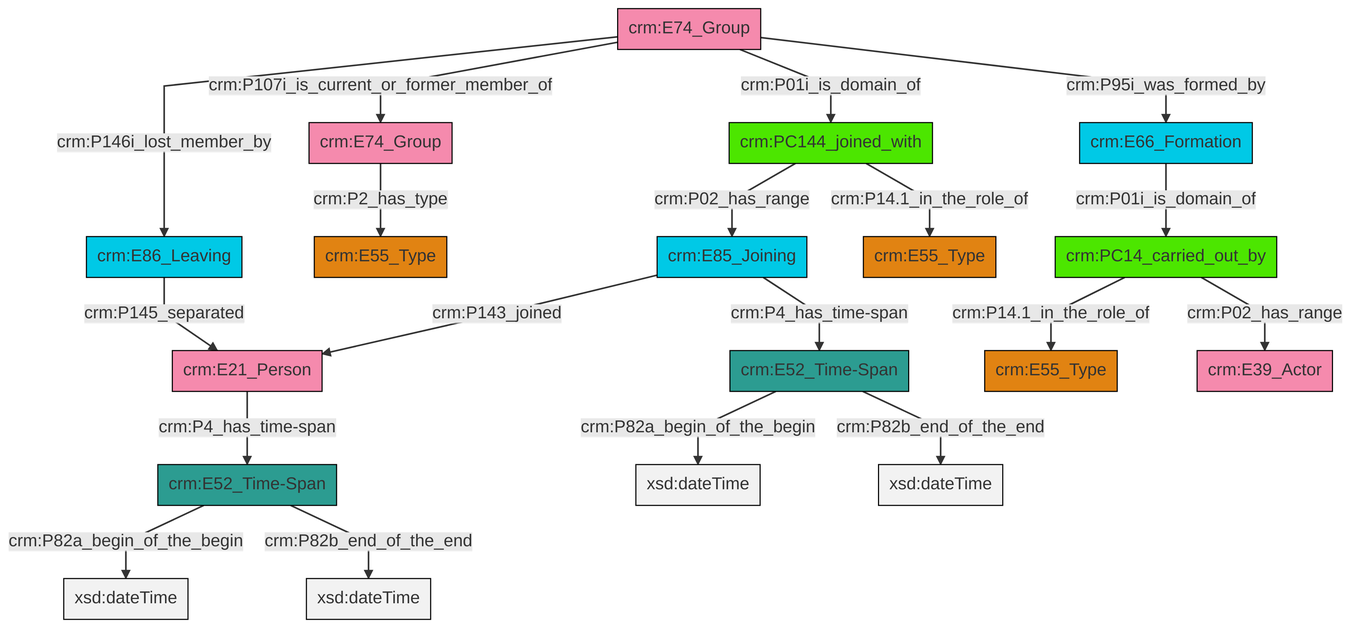
swiss-art-research-net/docs.swissartresearch keeps this Mermaid diagram as et/groupCSV/ttl/mmd/png/group_actor_relations.png. Above is the earlier version. Its source is kept beside it as et/groupCSV/ttl/mmd/group_actor_relations.ttl.mmd.
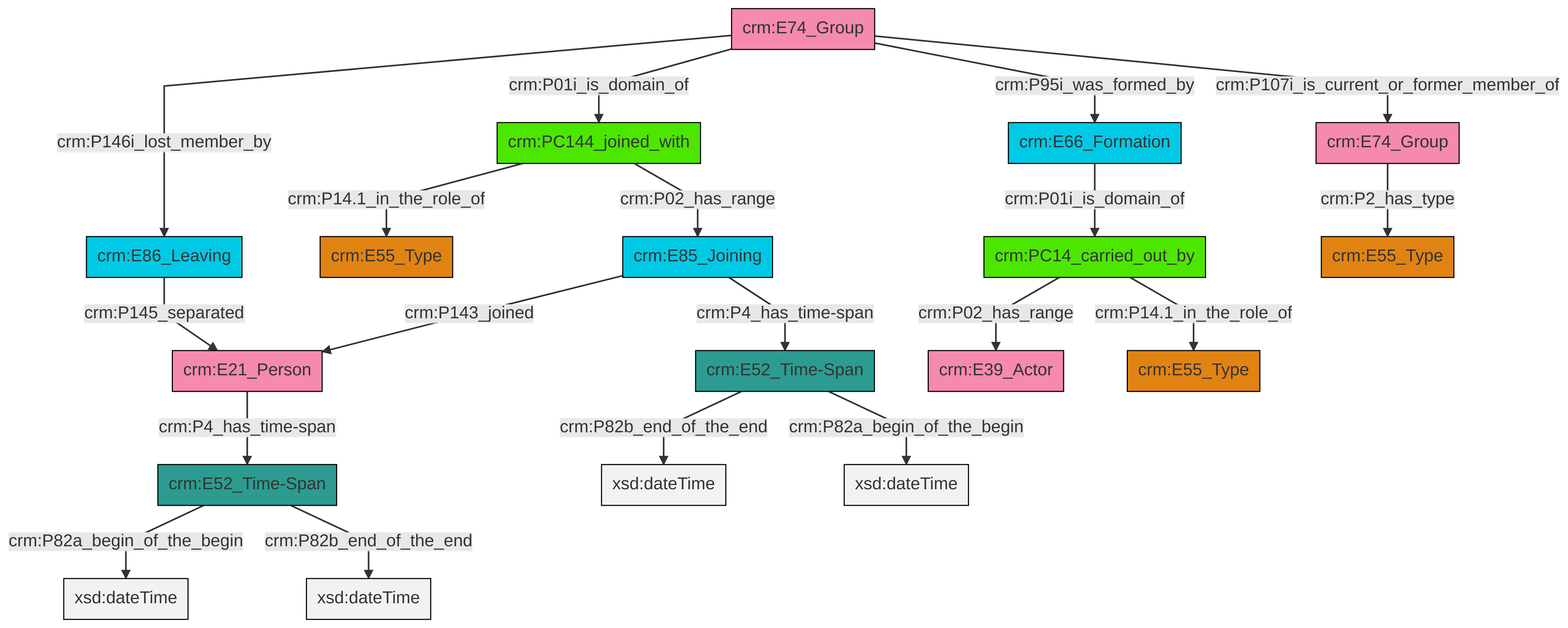
Later version of the same file.

The edit, as a diff of the source:
```diff
@@ -13,21 +13,21 @@
 classDef PC_Classes fill:#4ce600, stroke:#000000;
 classDef Multi fill:#cccccc,stroke:#000000;
 
-2["crm:E74_Group"]:::Actor -->|crm:P146i_lost_member_by| 0["crm:E86_Leaving"]:::Temporal_Entity
-2["crm:E74_Group"]:::Actor -->|crm:P107i_is_current_or_former_member_of| 3["crm:E74_Group"]:::Actor
-4["crm:E52_Time-Span"]:::Time-Span -->|crm:P82a_begin_of_the_begin| 5[xsd:dateTime]:::Literal
-17["crm:E85_Joining"]:::Temporal_Entity -->|crm:P143_joined| 11["crm:E21_Person"]:::Actor
-4["crm:E52_Time-Span"]:::Time-Span -->|crm:P82b_end_of_the_end| 18[xsd:dateTime]:::Literal
-20["crm:PC14_carried_out_by"]:::PC_Classes -->|crm:P14.1_in_the_role_of| 21["crm:E55_Type"]:::Type
-22["crm:PC144_joined_with"]:::PC_Classes -->|crm:P02_has_range| 17["crm:E85_Joining"]:::Temporal_Entity
-23["crm:E52_Time-Span"]:::Time-Span -->|crm:P82a_begin_of_the_begin| 24[xsd:dateTime]:::Literal
-2["crm:E74_Group"]:::Actor -->|crm:P01i_is_domain_of| 22["crm:PC144_joined_with"]:::PC_Classes
-3["crm:E74_Group"]:::Actor -->|crm:P2_has_type| 15["crm:E55_Type"]:::Type
-13["crm:E66_Formation"]:::Temporal_Entity -->|crm:P01i_is_domain_of| 20["crm:PC14_carried_out_by"]:::PC_Classes
-23["crm:E52_Time-Span"]:::Time-Span -->|crm:P82b_end_of_the_end| 29[xsd:dateTime]:::Literal
-20["crm:PC14_carried_out_by"]:::PC_Classes -->|crm:P02_has_range| 9["crm:E39_Actor"]:::Actor
-17["crm:E85_Joining"]:::Temporal_Entity -->|crm:P4_has_time-span| 23["crm:E52_Time-Span"]:::Time-Span
-2["crm:E74_Group"]:::Actor -->|crm:P95i_was_formed_by| 13["crm:E66_Formation"]:::Temporal_Entity
-11["crm:E21_Person"]:::Actor -->|crm:P4_has_time-span| 4["crm:E52_Time-Span"]:::Time-Span
-22["crm:PC144_joined_with"]:::PC_Classes -->|crm:P14.1_in_the_role_of| 6["crm:E55_Type"]:::Type
-0["crm:E86_Leaving"]:::Temporal_Entity -->|crm:P145_separated| 11["crm:E21_Person"]:::Actor
+0["crm:PC14_carried_out_by"]:::PC_Classes -->|crm:P02_has_range| 1["crm:E39_Actor"]:::Actor
+2["crm:E52_Time-Span"]:::Time-Span -->|crm:P82b_end_of_the_end| 3[xsd:dateTime]:::Literal
+4["crm:E74_Group"]:::Actor -->|crm:P146i_lost_member_by| 5["crm:E86_Leaving"]:::Temporal_Entity
+4["crm:E74_Group"]:::Actor -->|crm:P01i_is_domain_of| 10["crm:PC144_joined_with"]:::PC_Classes
+2["crm:E52_Time-Span"]:::Time-Span -->|crm:P82a_begin_of_the_begin| 14[xsd:dateTime]:::Literal
+15["crm:E74_Group"]:::Actor -->|crm:P2_has_type| 16["crm:E55_Type"]:::Type
+11["crm:E66_Formation"]:::Temporal_Entity -->|crm:P01i_is_domain_of| 0["crm:PC14_carried_out_by"]:::PC_Classes
+17["crm:E52_Time-Span"]:::Time-Span -->|crm:P82a_begin_of_the_begin| 18[xsd:dateTime]:::Literal
+4["crm:E74_Group"]:::Actor -->|crm:P95i_was_formed_by| 11["crm:E66_Formation"]:::Temporal_Entity
+0["crm:PC14_carried_out_by"]:::PC_Classes -->|crm:P14.1_in_the_role_of| 20["crm:E55_Type"]:::Type
+8["crm:E85_Joining"]:::Temporal_Entity -->|crm:P143_joined| 25["crm:E21_Person"]:::Actor
+25["crm:E21_Person"]:::Actor -->|crm:P4_has_time-span| 17["crm:E52_Time-Span"]:::Time-Span
+10["crm:PC144_joined_with"]:::PC_Classes -->|crm:P14.1_in_the_role_of| 6["crm:E55_Type"]:::Type
+8["crm:E85_Joining"]:::Temporal_Entity -->|crm:P4_has_time-span| 2["crm:E52_Time-Span"]:::Time-Span
+5["crm:E86_Leaving"]:::Temporal_Entity -->|crm:P145_separated| 25["crm:E21_Person"]:::Actor
+17["crm:E52_Time-Span"]:::Time-Span -->|crm:P82b_end_of_the_end| 29[xsd:dateTime]:::Literal
+4["crm:E74_Group"]:::Actor -->|crm:P107i_is_current_or_former_member_of| 15["crm:E74_Group"]:::Actor
+10["crm:PC144_joined_with"]:::PC_Classes -->|crm:P02_has_range| 8["crm:E85_Joining"]:::Temporal_Entity
```
